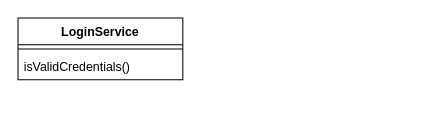
YazeedMo/ShelfSense keeps this draw.io diagram as Documentation/Application/MVCModel/Controller/ServiceClasses.drawio. Above is the earlier version. Source tidied: cells renumbered, new cells numbered last; positions are measured from the earlier drawing's top-left corner, leaving out a move shared by most shapes. Both pictures are drawn from the tidied source at 103%, with x=0, y=0 at pixel (18, 18).
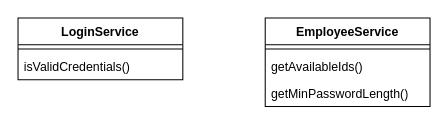
The same page after the edit.

What changed in the source:
```diff
@@
 <mxGraphModel>
   <root>
     <mxCell id="0" />
     <mxCell id="1" parent="0" />
     <mxCell id="2" value="LoginService" style="swimlane;fontStyle=1;align=center;verticalAlign=top;horizontal=1;startSize=26;whiteSpace=wrap;html=1;" parent="1" vertex="1">
       <mxGeometry width="160" height="60" as="geometry" />
     </mxCell>
     <mxCell id="3" style="line;strokeWidth=1;fillColor=none;align=left;verticalAlign=middle;spacingTop=-1;spacingLeft=3;spacingRight=3;labelPosition=right;strokeColor=inherit;" parent="2" vertex="1">
       <mxGeometry y="26" width="160" height="8" as="geometry" />
     </mxCell>
     <mxCell id="4" value="isValidCredentials()" style="text;strokeColor=none;fillColor=none;align=left;verticalAlign=top;spacingLeft=4;spacingRight=4;overflow=hidden;whiteSpace=wrap;html=1;" parent="2" vertex="1">
       <mxGeometry y="34" width="160" height="26" as="geometry" />
     </mxCell>
+    <mxCell id="5" value="EmployeeService" style="swimlane;fontStyle=1;align=center;verticalAlign=top;horizontal=1;startSize=26;whiteSpace=wrap;html=1;" parent="1" vertex="1">
+      <mxGeometry x="240" width="160" height="86" as="geometry" />
+    </mxCell>
+    <mxCell id="6" style="line;strokeWidth=1;fillColor=none;align=left;verticalAlign=middle;spacingTop=-1;spacingLeft=3;spacingRight=3;labelPosition=right;strokeColor=inherit;" parent="5" vertex="1">
+      <mxGeometry y="26" width="160" height="8" as="geometry" />
+    </mxCell>
+    <mxCell id="7" value="getAvailableIds()" style="text;strokeColor=none;fillColor=none;align=left;verticalAlign=top;spacingLeft=4;spacingRight=4;overflow=hidden;whiteSpace=wrap;html=1;" parent="5" vertex="1">
+      <mxGeometry y="34" width="160" height="26" as="geometry" />
+    </mxCell>
+    <mxCell id="8" value="getMinPasswordLength()" style="text;strokeColor=none;fillColor=none;align=left;verticalAlign=top;spacingLeft=4;spacingRight=4;overflow=hidden;whiteSpace=wrap;html=1;" parent="5" vertex="1">
+      <mxGeometry y="60" width="160" height="26" as="geometry" />
+    </mxCell>
   </root>
 </mxGraphModel>
```
